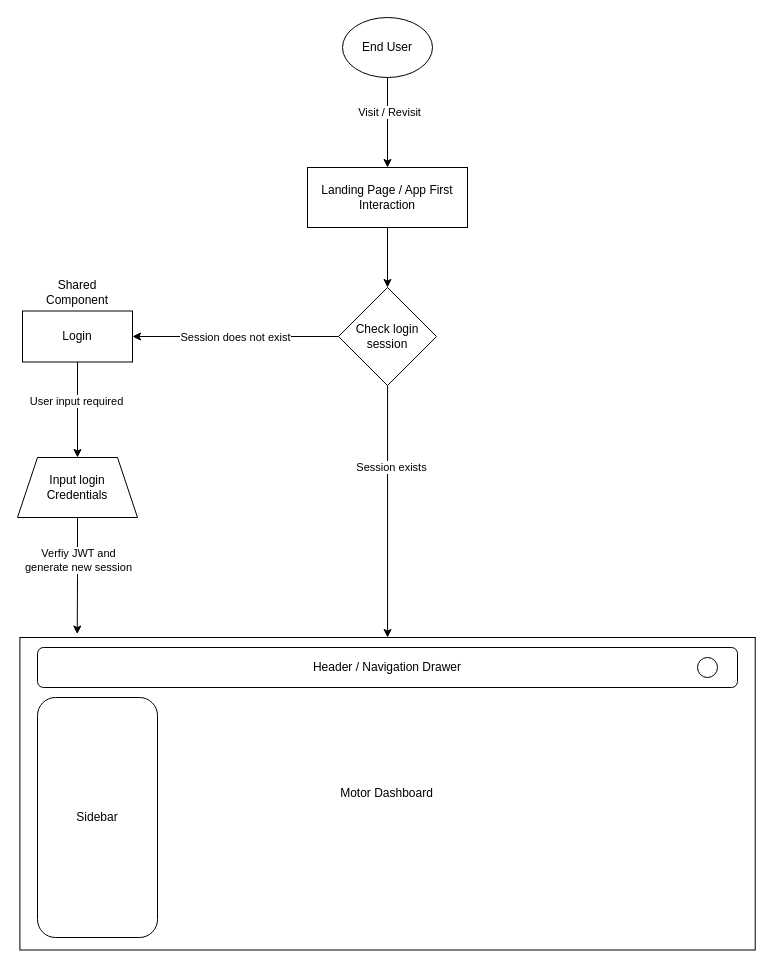
Earlier version of the draw.io diagram front end.drawio (aashishinvy/nhcx). Source tidied: cells renumbered, new cells numbered last; positions are measured from the earlier drawing's top-left corner, leaving out a move shared by most shapes. Both pictures are drawn from the tidied source at 100%, with x=0, y=0 at pixel (17, 17).
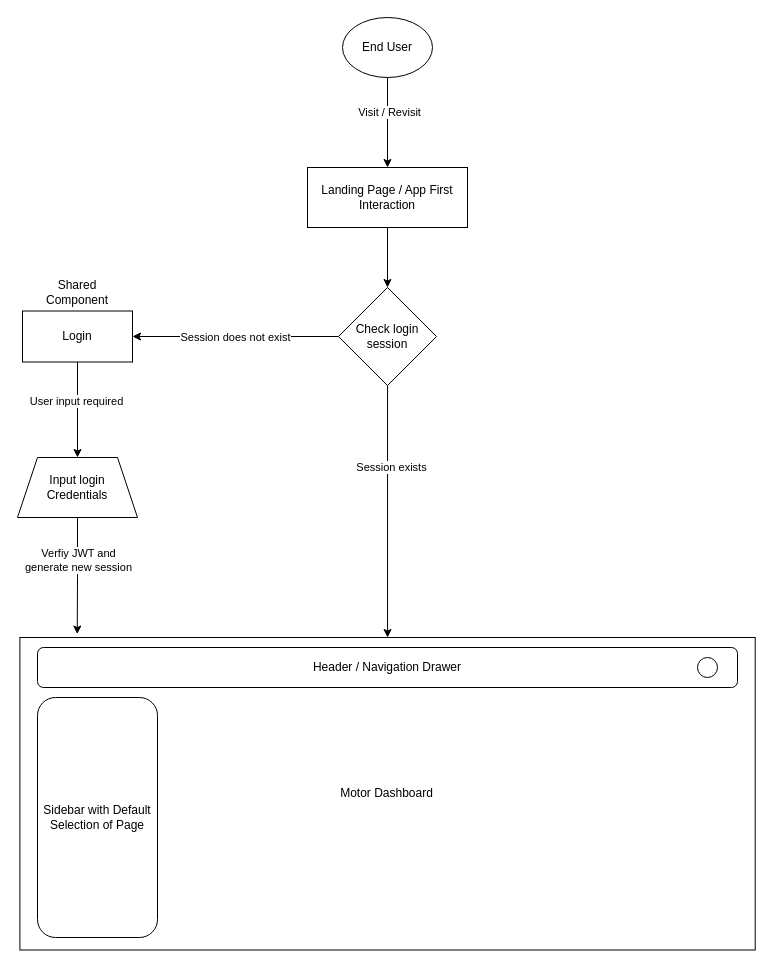
The same diagram, later.

The edit, as a diff of the source:
```diff
@@
-    <mxCell id="20" value="Sidebar" style="rounded=1;whiteSpace=wrap;html=1;" parent="1" vertex="1">
+    <mxCell id="20" value="Sidebar with Default Selection of Page" style="rounded=1;whiteSpace=wrap;html=1;" parent="1" vertex="1">
       <mxGeometry x="20" y="680" width="120" height="240" as="geometry" />
     </mxCell>
```
